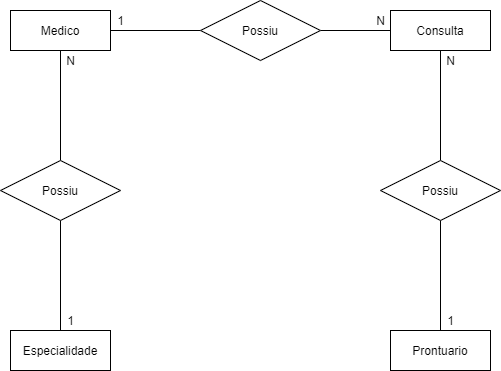
Meuniki/Senai-Dev keeps this draw.io diagram as Spint_1-BancoDeDados/senai_spmedgroup/01_modelagem_conceitual-logico-conseitual.png. Above is the earlier version. Source tidied: cells renumbered, new cells last; positions are measured from the earlier drawing's top-left corner, leaving out a move shared by most shapes.
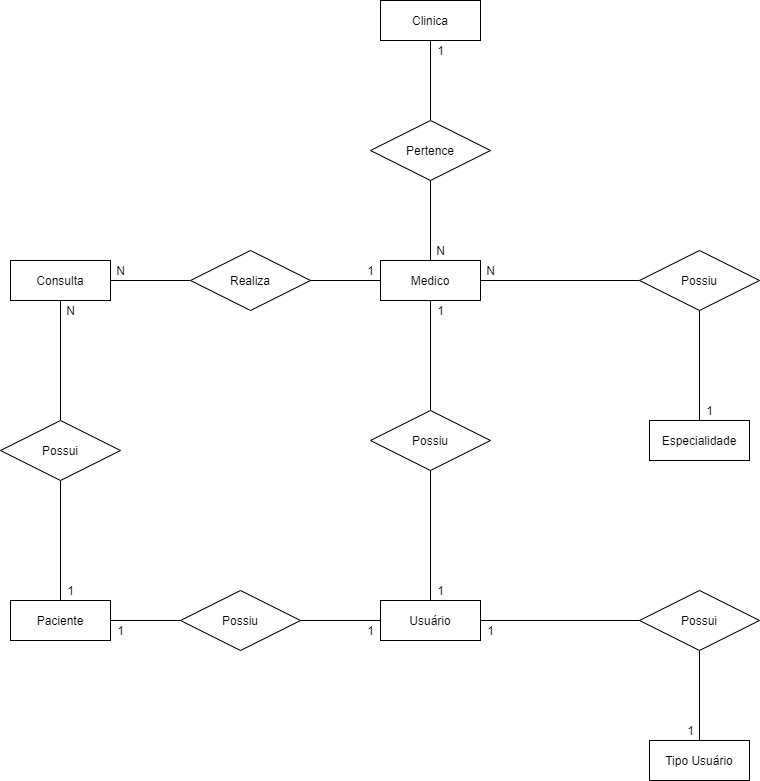
Above is the later version.

What changed in the source:
```diff
@@ -2,62 +2,136 @@
   <root>
     <mxCell id="0" />
     <mxCell id="1" parent="0" />
-    <mxCell id="2" style="edgeStyle=orthogonalEdgeStyle;rounded=0;jettySize=auto;html=1;exitX=1;exitY=0.5;exitDx=0;exitDy=0;endArrow=none;endFill=0;" parent="1" edge="1" source="4" target="11">
-      <mxGeometry relative="1" as="geometry" />
-    </mxCell>
-    <mxCell id="3" style="edgeStyle=orthogonalEdgeStyle;rounded=0;jettySize=auto;html=1;exitX=0.5;exitY=1;exitDx=0;exitDy=0;endArrow=none;endFill=0;" parent="1" edge="1" source="4" target="14">
+    <mxCell id="3" style="edgeStyle=orthogonalEdgeStyle;rounded=0;jettySize=auto;html=1;exitX=1;exitY=0.5;exitDx=0;exitDy=0;endArrow=none;endFill=0;" parent="1" edge="1" source="4" target="14">
       <mxGeometry relative="1" as="geometry" />
     </mxCell>
     <mxCell id="4" value="Medico" style="whiteSpace=wrap;html=1;align=center;" parent="1" vertex="1">
-      <mxGeometry x="10" y="10" width="100" height="40" as="geometry" />
+      <mxGeometry x="320" y="390" width="100" height="40" as="geometry" />
     </mxCell>
-    <mxCell id="5" style="edgeStyle=orthogonalEdgeStyle;rounded=0;jettySize=auto;html=1;endArrow=none;endFill=0;" parent="1" edge="1" source="6" target="12">
-      <mxGeometry relative="1" as="geometry" />
-    </mxCell>
-    <mxCell id="6" value="Prontuario" style="whiteSpace=wrap;html=1;align=center;" parent="1" vertex="1">
-      <mxGeometry x="390" y="330" width="100" height="40" as="geometry" />
-    </mxCell>
-    <mxCell id="7" style="edgeStyle=orthogonalEdgeStyle;rounded=0;jettySize=auto;html=1;exitX=0.5;exitY=1;exitDx=0;exitDy=0;endArrow=none;endFill=0;" parent="1" edge="1" source="8" target="12">
-      <mxGeometry relative="1" as="geometry" />
-    </mxCell>
+    <mxCell id="21" style="edgeStyle=orthogonalEdgeStyle;rounded=0;jettySize=auto;html=1;exitX=1;exitY=0.5;exitDx=0;exitDy=0;entryX=0;entryY=0.5;entryDx=0;entryDy=0;endArrow=none;endFill=0;" parent="1" edge="1" source="8" target="11">
+      <mxGeometry relative="1" as="geometry" />
+    </mxCell>
     <mxCell id="8" value="Consulta" style="whiteSpace=wrap;html=1;align=center;" parent="1" vertex="1">
-      <mxGeometry x="390" y="10" width="100" height="40" as="geometry" />
+      <mxGeometry x="-50" y="390" width="100" height="40" as="geometry" />
     </mxCell>
     <mxCell id="9" value="Especialidade" style="whiteSpace=wrap;html=1;align=center;" parent="1" vertex="1">
-      <mxGeometry x="10" y="330" width="100" height="40" as="geometry" />
+      <mxGeometry x="589" y="550" width="100" height="40" as="geometry" />
     </mxCell>
-    <mxCell id="10" style="edgeStyle=orthogonalEdgeStyle;rounded=0;jettySize=auto;html=1;exitX=1;exitY=0.5;exitDx=0;exitDy=0;endArrow=none;endFill=0;" parent="1" edge="1" source="11" target="8">
-      <mxGeometry relative="1" as="geometry" />
-    </mxCell>
+    <mxCell id="22" style="edgeStyle=orthogonalEdgeStyle;rounded=0;jettySize=auto;html=1;exitX=1;exitY=0.5;exitDx=0;exitDy=0;entryX=0;entryY=0.5;entryDx=0;entryDy=0;endArrow=none;endFill=0;" parent="1" edge="1" source="11" target="4">
+      <mxGeometry relative="1" as="geometry" />
+    </mxCell>
-    <mxCell id="11" value="Possiu" style="shape=rhombus;perimeter=rhombusPerimeter;whiteSpace=wrap;html=1;align=center;" parent="1" vertex="1">
-      <mxGeometry x="200" width="120" height="60" as="geometry" />
+    <mxCell id="11" value="Realiza" style="shape=rhombus;perimeter=rhombusPerimeter;whiteSpace=wrap;html=1;align=center;" parent="1" vertex="1">
+      <mxGeometry x="130" y="380" width="120" height="60" as="geometry" />
     </mxCell>
+    <mxCell id="23" style="edgeStyle=orthogonalEdgeStyle;rounded=0;jettySize=auto;html=1;exitX=0.5;exitY=0;exitDx=0;exitDy=0;endArrow=none;endFill=0;" parent="1" edge="1" source="12" target="8">
+      <mxGeometry relative="1" as="geometry" />
+    </mxCell>
+    <mxCell id="24" style="edgeStyle=orthogonalEdgeStyle;rounded=0;jettySize=auto;html=1;exitX=0.5;exitY=1;exitDx=0;exitDy=0;endArrow=none;endFill=0;" parent="1" edge="1" source="12" target="32">
+      <mxGeometry relative="1" as="geometry" />
+    </mxCell>
-    <mxCell id="12" value="Possiu" style="shape=rhombus;perimeter=rhombusPerimeter;whiteSpace=wrap;html=1;align=center;" parent="1" vertex="1">
-      <mxGeometry x="380" y="160" width="120" height="60" as="geometry" />
+    <mxCell id="12" value="Possui" style="shape=rhombus;perimeter=rhombusPerimeter;whiteSpace=wrap;html=1;align=center;" parent="1" vertex="1">
+      <mxGeometry x="-60" y="550" width="120" height="60" as="geometry" />
     </mxCell>
     <mxCell id="13" style="edgeStyle=orthogonalEdgeStyle;rounded=0;jettySize=auto;html=1;exitX=0.5;exitY=1;exitDx=0;exitDy=0;endArrow=none;endFill=0;" parent="1" edge="1" source="14" target="9">
       <mxGeometry relative="1" as="geometry" />
     </mxCell>
     <mxCell id="14" value="Possiu" style="shape=rhombus;perimeter=rhombusPerimeter;whiteSpace=wrap;html=1;align=center;" parent="1" vertex="1">
-      <mxGeometry y="160" width="120" height="60" as="geometry" />
+      <mxGeometry x="579" y="380" width="120" height="60" as="geometry" />
     </mxCell>
     <mxCell id="15" value="1" style="text;html=1;align=center;verticalAlign=middle;strokeColor=none;" parent="1" vertex="1">
-      <mxGeometry x="60" y="310" width="20" height="20" as="geometry" />
+      <mxGeometry x="639" y="530" width="20" height="20" as="geometry" />
     </mxCell>
     <mxCell id="16" value="N" style="text;html=1;align=center;verticalAlign=middle;strokeColor=none;" parent="1" vertex="1">
-      <mxGeometry x="60" y="50" width="20" height="20" as="geometry" />
+      <mxGeometry x="420" y="390" width="20" height="20" as="geometry" />
     </mxCell>
     <mxCell id="17" value="N" style="text;html=1;align=center;verticalAlign=middle;strokeColor=none;" parent="1" vertex="1">
-      <mxGeometry x="440" y="50" width="20" height="20" as="geometry" />
+      <mxGeometry y="430" width="20" height="20" as="geometry" />
     </mxCell>
-    <mxCell id="18" value="1" style="text;html=1;align=center;verticalAlign=middle;strokeColor=none;" parent="1" vertex="1">
-      <mxGeometry x="110" y="10" width="20" height="20" as="geometry" />
-    </mxCell>
     <mxCell id="19" value="N" style="text;html=1;align=center;verticalAlign=middle;strokeColor=none;" parent="1" vertex="1">
-      <mxGeometry x="370" y="10" width="20" height="20" as="geometry" />
+      <mxGeometry x="50" y="390" width="20" height="20" as="geometry" />
     </mxCell>
-    <mxCell id="20" value="1" style="text;html=1;align=center;verticalAlign=middle;strokeColor=none;" parent="1" vertex="1">
-      <mxGeometry x="440" y="310" width="20" height="20" as="geometry" />
-    </mxCell>
+    <mxCell id="25" style="edgeStyle=orthogonalEdgeStyle;rounded=0;jettySize=auto;html=1;exitX=0.5;exitY=1;exitDx=0;exitDy=0;endArrow=none;endFill=0;" parent="1" edge="1" source="26" target="28">
+      <mxGeometry relative="1" as="geometry" />
+    </mxCell>
+    <mxCell id="26" value="Clinica" style="whiteSpace=wrap;html=1;align=center;" parent="1" vertex="1">
+      <mxGeometry x="320" y="130" width="100" height="40" as="geometry" />
+    </mxCell>
+    <mxCell id="27" style="edgeStyle=orthogonalEdgeStyle;rounded=0;jettySize=auto;html=1;exitX=0.5;exitY=1;exitDx=0;exitDy=0;endArrow=none;endFill=0;" parent="1" edge="1" source="28" target="4">
+      <mxGeometry relative="1" as="geometry" />
+    </mxCell>
+    <mxCell id="28" value="Pertence" style="shape=rhombus;perimeter=rhombusPerimeter;whiteSpace=wrap;html=1;align=center;" parent="1" vertex="1">
+      <mxGeometry x="310" y="250" width="120" height="60" as="geometry" />
+    </mxCell>
+    <mxCell id="29" value="N" style="text;html=1;align=center;verticalAlign=middle;strokeColor=none;" parent="1" vertex="1">
+      <mxGeometry x="370" y="370" width="20" height="20" as="geometry" />
+    </mxCell>
+    <mxCell id="30" value="1" style="text;html=1;align=center;verticalAlign=middle;strokeColor=none;" parent="1" vertex="1">
+      <mxGeometry x="370" y="170" width="20" height="20" as="geometry" />
+    </mxCell>
+    <mxCell id="31" style="edgeStyle=orthogonalEdgeStyle;rounded=0;jettySize=auto;html=1;exitX=1;exitY=0.5;exitDx=0;exitDy=0;endArrow=none;endFill=0;" parent="1" edge="1" source="32" target="41">
+      <mxGeometry relative="1" as="geometry" />
+    </mxCell>
+    <mxCell id="32" value="Paciente" style="whiteSpace=wrap;html=1;align=center;" parent="1" vertex="1">
+      <mxGeometry x="-50" y="730" width="100" height="40" as="geometry" />
+    </mxCell>
+    <mxCell id="33" style="edgeStyle=orthogonalEdgeStyle;rounded=0;jettySize=auto;html=1;exitX=0;exitY=0.5;exitDx=0;exitDy=0;endArrow=none;endFill=0;" parent="1" edge="1" target="x">
+      <mxGeometry relative="1" as="geometry">
+        <mxPoint x="579" y="730" as="sourcePoint" />
+      </mxGeometry>
+    </mxCell>
+    <mxCell id="34" value="Tipo Usuário" style="whiteSpace=wrap;html=1;align=center;" parent="1" vertex="1">
+      <mxGeometry x="589" y="870" width="100" height="40" as="geometry" />
+    </mxCell>
+    <mxCell id="35" value="1" style="text;html=1;align=center;verticalAlign=middle;strokeColor=none;" parent="1" vertex="1">
+      <mxGeometry x="300" y="390" width="20" height="20" as="geometry" />
+    </mxCell>
+    <mxCell id="36" value="Usuário" style="whiteSpace=wrap;html=1;align=center;" parent="1" vertex="1">
+      <mxGeometry x="320" y="730" width="100" height="40" as="geometry" />
+    </mxCell>
+    <mxCell id="37" style="edgeStyle=orthogonalEdgeStyle;rounded=0;jettySize=auto;html=1;exitX=0.5;exitY=1;exitDx=0;exitDy=0;endArrow=none;endFill=0;" parent="1" edge="1" source="39" target="36">
+      <mxGeometry relative="1" as="geometry" />
+    </mxCell>
+    <mxCell id="38" style="edgeStyle=orthogonalEdgeStyle;rounded=0;jettySize=auto;html=1;exitX=0.5;exitY=0;exitDx=0;exitDy=0;endArrow=none;endFill=0;" parent="1" edge="1" source="39" target="4">
+      <mxGeometry relative="1" as="geometry" />
+    </mxCell>
+    <mxCell id="39" value="Possiu" style="shape=rhombus;perimeter=rhombusPerimeter;whiteSpace=wrap;html=1;align=center;" parent="1" vertex="1">
+      <mxGeometry x="310" y="540" width="120" height="60" as="geometry" />
+    </mxCell>
+    <mxCell id="40" style="edgeStyle=orthogonalEdgeStyle;rounded=0;jettySize=auto;html=1;exitX=1;exitY=0.5;exitDx=0;exitDy=0;endArrow=none;endFill=0;" parent="1" edge="1" source="41" target="36">
+      <mxGeometry relative="1" as="geometry" />
+    </mxCell>
+    <mxCell id="41" value="Possiu" style="shape=rhombus;perimeter=rhombusPerimeter;whiteSpace=wrap;html=1;align=center;" parent="1" vertex="1">
+      <mxGeometry x="120" y="720" width="120" height="60" as="geometry" />
+    </mxCell>
+    <mxCell id="42" style="edgeStyle=orthogonalEdgeStyle;rounded=0;jettySize=auto;html=1;exitX=0;exitY=0.5;exitDx=0;exitDy=0;endArrow=none;endFill=0;" parent="1" edge="1" source="44" target="36">
+      <mxGeometry relative="1" as="geometry" />
+    </mxCell>
+    <mxCell id="43" style="edgeStyle=orthogonalEdgeStyle;rounded=0;jettySize=auto;html=1;exitX=0.5;exitY=1;exitDx=0;exitDy=0;endArrow=none;endFill=0;" parent="1" edge="1" source="44" target="34">
+      <mxGeometry relative="1" as="geometry" />
+    </mxCell>
+    <mxCell id="44" value="Possui" style="shape=rhombus;perimeter=rhombusPerimeter;whiteSpace=wrap;html=1;align=center;" parent="1" vertex="1">
+      <mxGeometry x="579" y="720" width="120" height="60" as="geometry" />
+    </mxCell>
+    <mxCell id="45" value="1" style="text;html=1;align=center;verticalAlign=middle;strokeColor=none;" parent="1" vertex="1">
+      <mxGeometry y="710" width="20" height="20" as="geometry" />
+    </mxCell>
+    <mxCell id="46" value="1" style="text;html=1;align=center;verticalAlign=middle;strokeColor=none;" parent="1" vertex="1">
+      <mxGeometry x="50" y="750" width="20" height="20" as="geometry" />
+    </mxCell>
+    <mxCell id="47" value="1" style="text;html=1;align=center;verticalAlign=middle;strokeColor=none;" parent="1" vertex="1">
+      <mxGeometry x="300" y="750" width="20" height="20" as="geometry" />
+    </mxCell>
+    <mxCell id="48" value="1" style="text;html=1;align=center;verticalAlign=middle;strokeColor=none;" parent="1" vertex="1">
+      <mxGeometry x="370" y="430" width="20" height="20" as="geometry" />
+    </mxCell>
+    <mxCell id="49" value="1" style="text;html=1;align=center;verticalAlign=middle;strokeColor=none;" parent="1" vertex="1">
+      <mxGeometry x="370" y="710" width="20" height="20" as="geometry" />
+    </mxCell>
+    <mxCell id="50" value="1" style="text;html=1;align=center;verticalAlign=middle;strokeColor=none;" parent="1" vertex="1">
+      <mxGeometry x="420" y="750" width="20" height="20" as="geometry" />
+    </mxCell>
+    <mxCell id="51" value="1" style="text;html=1;align=center;verticalAlign=middle;strokeColor=none;" parent="1" vertex="1">
+      <mxGeometry x="620" y="850" width="20" height="20" as="geometry" />
+    </mxCell>
   </root>
 </mxGraphModel>
```
